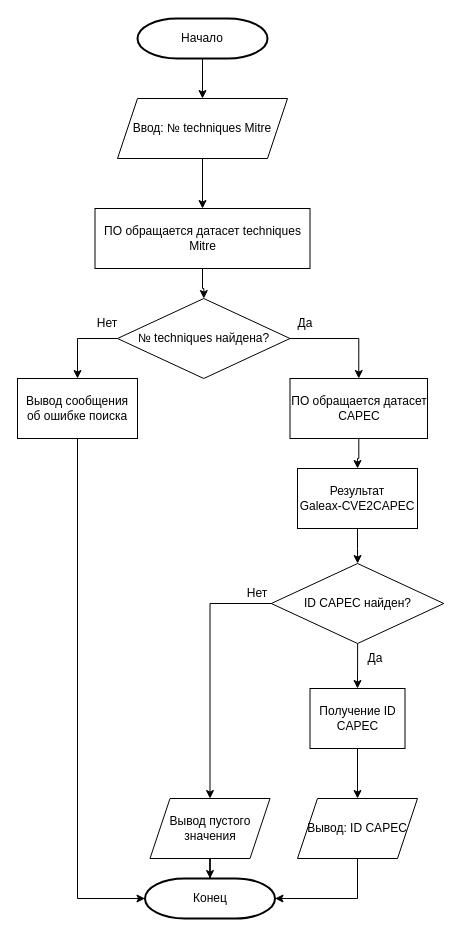
The draw.io diagram Algorithm_OPZ/(1. ВД) 2. Алгоритм Генерация CAPEC.drawio in SmirnovBogdan8/Diplom, before the edit. Source tidied: cells renumbered, new cells numbered last; positions are measured from the earlier drawing's top-left corner, leaving out a move shared by most shapes. Both pictures are drawn from the tidied source at 100%, with x=0, y=0 at pixel (17, 18).
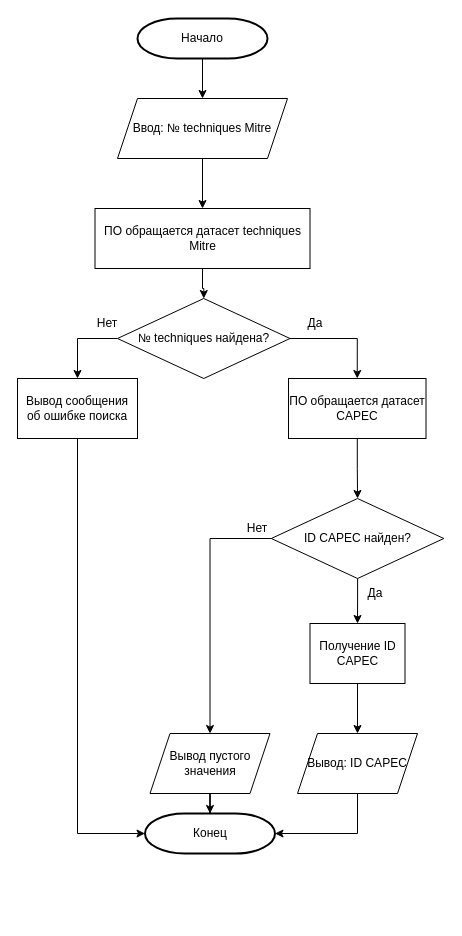
After the change.

The change refers to these unchanged cells:
```xml
<mxCell id="12" value="№ techniques&amp;nbsp;найдена?" style="rhombus;whiteSpace=wrap;html=1;" parent="1" vertex="1">
  <mxGeometry x="100" y="280" width="172.5" height="80" as="geometry" />
</mxCell>
```

Diff of the diagram source:
```diff
@@
     <mxCell id="4" value="Конец" style="strokeWidth=2;html=1;shape=mxgraph.flowchart.terminator;whiteSpace=wrap;" parent="1" vertex="1">
-      <mxGeometry x="127.5" y="860" width="130" height="40" as="geometry" />
+      <mxGeometry x="127.5" y="795" width="130" height="40" as="geometry" />
     </mxCell>
@@
     <mxCell id="8" value="Вывод пустого значения" style="shape=parallelogram;perimeter=parallelogramPerimeter;whiteSpace=wrap;html=1;fixedSize=1;" parent="1" vertex="1">
-      <mxGeometry x="132.5" y="780" width="120" height="60" as="geometry" />
+      <mxGeometry x="132.5" y="715" width="120" height="60" as="geometry" />
     </mxCell>
@@
+    <mxCell id="31" style="edgeStyle=orthogonalEdgeStyle;rounded=0;jettySize=auto;html=1;exitX=1;exitY=0.5;exitDx=0;exitDy=0;entryX=0.5;entryY=0;entryDx=0;entryDy=0;" parent="1" edge="1" source="12" target="23">
+      <mxGeometry relative="1" as="geometry" />
+    </mxCell>
@@
-    <mxCell id="14" style="edgeStyle=orthogonalEdgeStyle;rounded=0;jettySize=auto;html=1;" parent="1" edge="1" source="15" target="26">
-      <mxGeometry relative="1" as="geometry" />
-    </mxCell>
-    <mxCell id="15" value="&lt;div&gt;Результат&lt;/div&gt;Galeax-CVE2CAPEC" style="rounded=0;whiteSpace=wrap;html=1;" parent="1" vertex="1">
-      <mxGeometry x="280" y="450" width="120" height="60" as="geometry" />
-    </mxCell>
@@
     <mxCell id="17" value="Получение ID CAPEC" style="rounded=0;whiteSpace=wrap;html=1;" parent="1" vertex="1">
-      <mxGeometry x="292.5" y="670" width="95" height="60" as="geometry" />
+      <mxGeometry x="292.5" y="605" width="95" height="60" as="geometry" />
     </mxCell>
@@
-    <mxCell id="19" style="edgeStyle=orthogonalEdgeStyle;rounded=0;jettySize=auto;html=1;exitX=0.25;exitY=1;exitDx=0;exitDy=0;entryX=0.5;entryY=0;entryDx=0;entryDy=0;" parent="1" edge="1" source="20" target="23">
-      <mxGeometry relative="1" as="geometry">
-        <Array as="points">
-          <mxPoint x="341" y="320" />
-        </Array>
-      </mxGeometry>
-    </mxCell>
     <mxCell id="20" value="Да" style="text;html=1;align=center;verticalAlign=middle;whiteSpace=wrap;rounded=0;" parent="1" vertex="1">
-      <mxGeometry x="257.5" y="290" width="60" height="30" as="geometry" />
+      <mxGeometry x="267.5" y="290" width="60" height="30" as="geometry" />
     </mxCell>
@@
-    <mxCell id="22" style="edgeStyle=orthogonalEdgeStyle;rounded=0;jettySize=auto;html=1;" parent="1" edge="1" source="23" target="15">
-      <mxGeometry relative="1" as="geometry" />
-    </mxCell>
+    <mxCell id="32" style="edgeStyle=orthogonalEdgeStyle;rounded=0;jettySize=auto;html=1;entryX=0.5;entryY=0;entryDx=0;entryDy=0;" parent="1" edge="1" source="23" target="26">
+      <mxGeometry relative="1" as="geometry" />
+    </mxCell>
     <mxCell id="23" value="ПО обращается датасет CAPEC" style="rounded=0;whiteSpace=wrap;html=1;" parent="1" vertex="1">
-      <mxGeometry x="272.5" y="360" width="137.5" height="60" as="geometry" />
+      <mxGeometry x="271" y="360" width="137.5" height="60" as="geometry" />
     </mxCell>
@@
     <mxCell id="26" value="ID CAPEC найден?" style="rhombus;whiteSpace=wrap;html=1;" parent="1" vertex="1">
-      <mxGeometry x="253.8" y="545" width="172.5" height="80" as="geometry" />
+      <mxGeometry x="253.8" y="480" width="172.5" height="80" as="geometry" />
     </mxCell>
     <mxCell id="27" value="Вывод: ID CAPEC" style="shape=parallelogram;perimeter=parallelogramPerimeter;whiteSpace=wrap;html=1;fixedSize=1;" parent="1" vertex="1">
-      <mxGeometry x="280" y="780" width="120" height="60" as="geometry" />
+      <mxGeometry x="280" y="715" width="120" height="60" as="geometry" />
     </mxCell>
     <mxCell id="28" style="edgeStyle=orthogonalEdgeStyle;rounded=0;jettySize=auto;html=1;entryX=1;entryY=0.5;entryDx=0;entryDy=0;entryPerimeter=0;" parent="1" edge="1" source="27" target="4">
       <mxGeometry relative="1" as="geometry">
         <Array as="points">
-          <mxPoint x="340" y="880" />
+          <mxPoint x="340" y="815" />
         </Array>
       </mxGeometry>
     </mxCell>
     <mxCell id="29" value="Да" style="text;html=1;align=center;verticalAlign=middle;whiteSpace=wrap;rounded=0;" parent="1" vertex="1">
-      <mxGeometry x="327.5" y="625" width="60" height="30" as="geometry" />
+      <mxGeometry x="327.5" y="560" width="60" height="30" as="geometry" />
     </mxCell>
     <mxCell id="30" value="Нет" style="text;html=1;align=center;verticalAlign=middle;whiteSpace=wrap;rounded=0;" parent="1" vertex="1">
-      <mxGeometry x="210" y="560" width="60" height="30" as="geometry" />
+      <mxGeometry x="210" y="495" width="60" height="30" as="geometry" />
     </mxCell>
```
